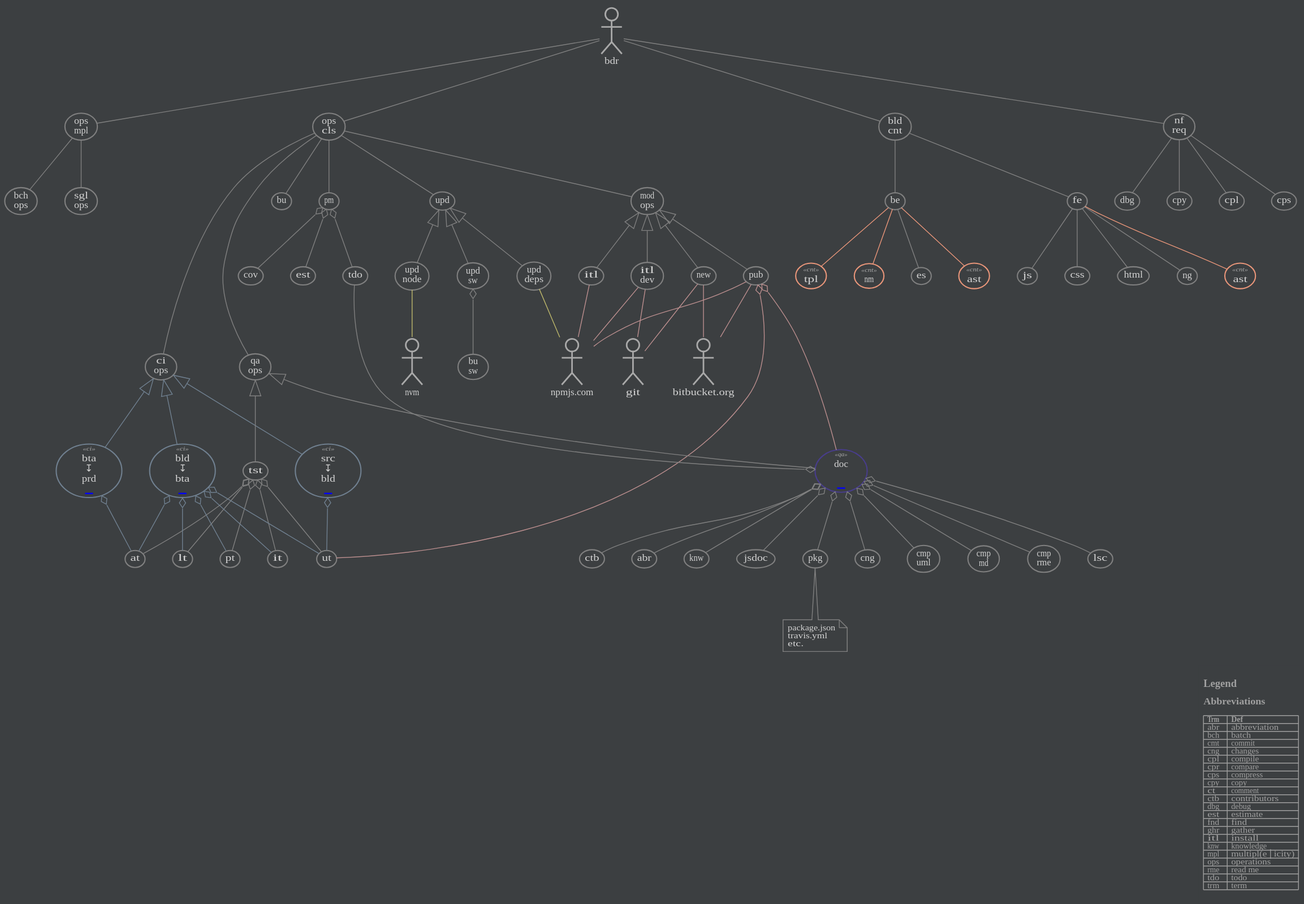
Before: eng/mdl/uml/bdr/atf/uc.svg, a diagram exported from PlantUML (bondden/esf-bdr). Its source is kept beside it as eng/mdl/uml/bdr/uc.puml.
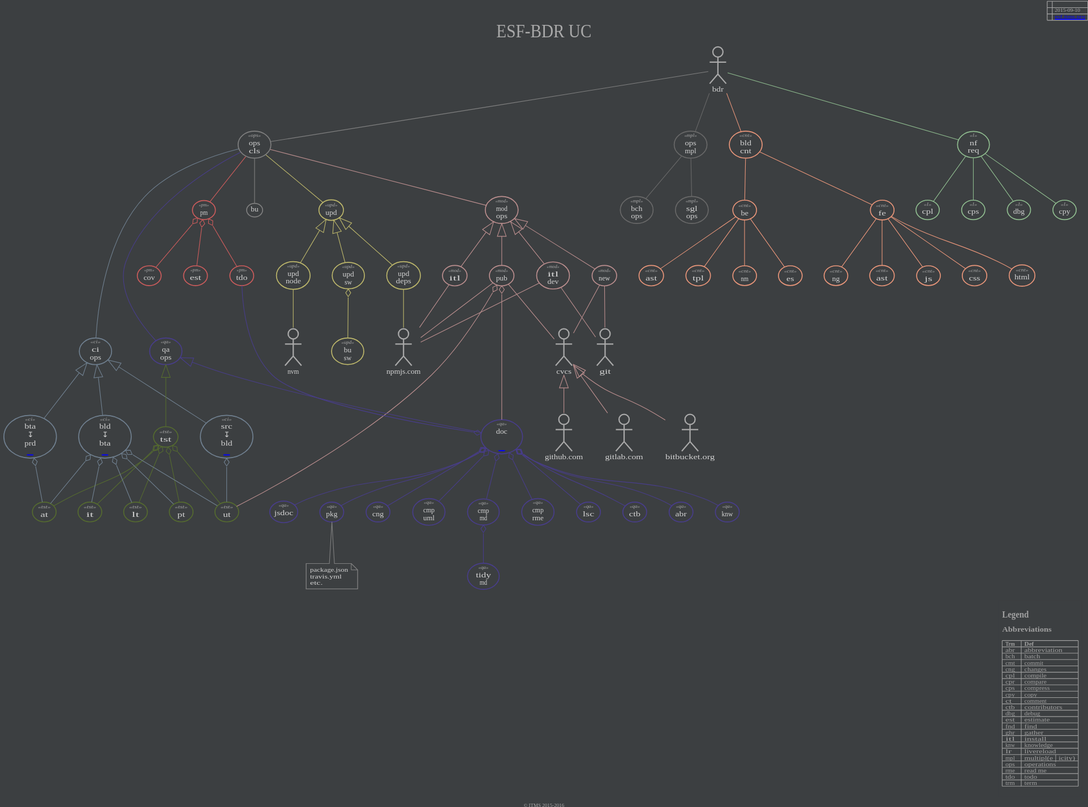
After the change.

Diff of the diagram source:
```diff
@@ -152,10 +152,10 @@
 end header
 
 footer
-<&copy> ITMS 2015
+© ITMS 2015-2016
 end footer
 
-title esf-bdr uc
+title ESF-BDR UC
 
 :git:
 :nvm:
@@ -259,11 +259,12 @@
     etc.
   end note
 
+(cmp\nmd) o-_Q- (tidy\nmd) <<qa>>
 
-(pub)        -_M-   :bitbucket.org:
+(pub)        -_M-   :cvcs:
 (pub)        -_M-   :npmjs.com:
 (itl)        -_M-   :npmjs.com:
-(new)        -_M-   :bitbucket.org:
+(new)        -_M-   :cvcs:
 (new)        -_M-   :git:
 (itl\ndev)   -_M-   :git:
 (itl\ndev)   -_M-   :npmjs.com:
@@ -271,6 +272,9 @@
 (upd\ndeps)  -_U-   :npmjs.com:
 (upd\nnode)  -_U-   :nvm:
 
+(cvcs)       <|-_M- :bitbucket.org:
+(cvcs)       <|-_M- :github.com:
+(cvcs)       <|-_M- :gitlab.com:
 
 legend right
 
@@ -295,6 +299,8 @@
 | ghr  | gather           |
 | itl  | install          |
 | knw  | knowledge        |
+| lr   | livereload       |
+| lzp  | lazypipe         |
 | mpl  | multipl(e│icity) |
 | ops  | operations       |
 | rme  | read me          |
```
